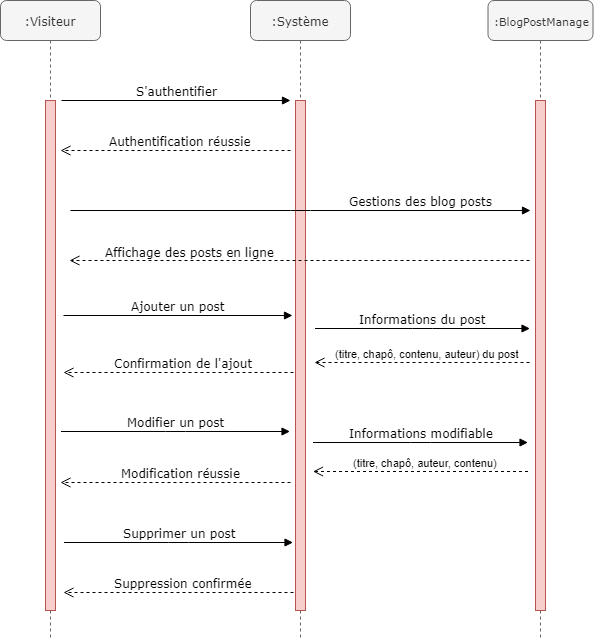
temimi94/Blog keeps this draw.io diagram as Diagrammes/(Séquence) Gestions des blog posts.png. Above is the earlier version. Source tidied: cells renumbered, new cells last; positions are measured from the earlier drawing's top-left corner, leaving out a move shared by most shapes.
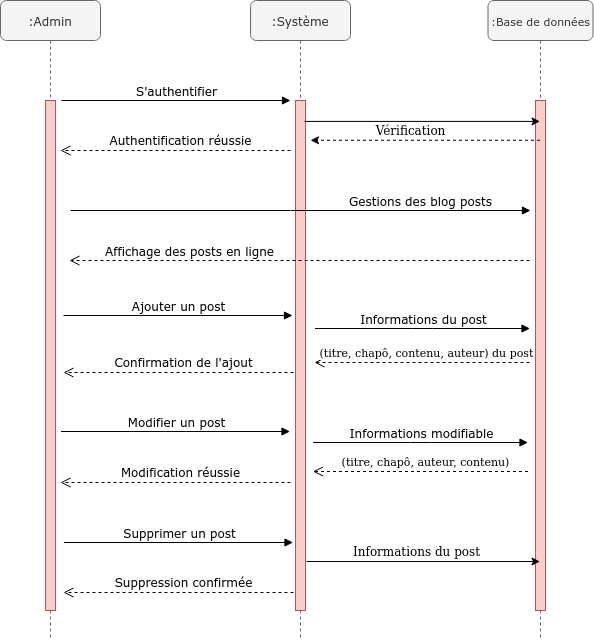
The same diagram one commit later.

What changed in the source:
```diff
@@ -8,13 +8,13 @@
     <mxCell id="3" style="html=1;points=[];perimeter=orthogonalPerimeter;fillColor=#f8cecc;strokeColor=#b85450;" parent="2" vertex="1">
       <mxGeometry x="45" y="100" width="10" height="510" as="geometry" />
     </mxCell>
-    <mxCell id="4" value="&lt;font style=&quot;font-size: 11px&quot;&gt;:BlogPostManage&lt;/font&gt;" style="shape=umlLifeline;perimeter=lifelinePerimeter;whiteSpace=wrap;html=1;outlineConnect=0;rounded=1;shadow=0;comic=0;labelBackgroundColor=none;strokeColor=#666666;strokeWidth=1;fillColor=#f5f5f5;fontFamily=Verdana;fontSize=12;fontColor=#333333;align=center;" parent="1" vertex="1">
+    <mxCell id="4" value="&lt;font style=&quot;font-size: 11px&quot;&gt;:Base de données&lt;br&gt;&lt;/font&gt;" style="shape=umlLifeline;perimeter=lifelinePerimeter;whiteSpace=wrap;html=1;outlineConnect=0;rounded=1;shadow=0;comic=0;labelBackgroundColor=none;strokeColor=#666666;strokeWidth=1;fillColor=#f5f5f5;fontFamily=Verdana;fontSize=12;fontColor=#333333;align=center;" parent="1" vertex="1">
       <mxGeometry x="487.5" width="105" height="640" as="geometry" />
     </mxCell>
     <mxCell id="5" style="html=1;perimeter=orthogonalPerimeter;fillColor=#f8cecc;strokeColor=#b85450;" parent="4" vertex="1">
       <mxGeometry x="47.5" y="100" width="10" height="510" as="geometry" />
     </mxCell>
-    <mxCell id="6" value=":Visiteur" style="shape=umlLifeline;perimeter=lifelinePerimeter;whiteSpace=wrap;html=1;rounded=1;shadow=0;comic=0;labelBackgroundColor=none;strokeColor=#666666;strokeWidth=1;fillColor=#f5f5f5;fontFamily=Verdana;fontSize=12;align=center;fontColor=#333333;" parent="1" vertex="1">
+    <mxCell id="6" value=":Admin" style="shape=umlLifeline;perimeter=lifelinePerimeter;whiteSpace=wrap;html=1;rounded=1;shadow=0;comic=0;labelBackgroundColor=none;strokeColor=#666666;strokeWidth=1;fillColor=#f5f5f5;fontFamily=Verdana;fontSize=12;align=center;fontColor=#333333;" parent="1" vertex="1">
       <mxGeometry width="100" height="640" as="geometry" />
     </mxCell>
     <mxCell id="7" style="html=1;perimeter=orthogonalPerimeter;fillColor=#f8cecc;strokeColor=#b85450;" parent="6" vertex="1">
@@ -104,5 +104,20 @@
         <mxPoint x="312.5" y="471" as="targetPoint" />
       </mxGeometry>
     </mxCell>
+    <mxCell id="22" style="endArrow=classic;html=1;exitX=0.9;exitY=0.041;exitDx=0;exitDy=0;exitPerimeter=0;" parent="1" edge="1" source="3" target="4">
+      <mxGeometry relative="1" as="geometry" />
+    </mxCell>
+    <mxCell id="23" style="endArrow=classic;html=1;entryX=1.5;entryY=0.078;entryDx=0;entryDy=0;entryPerimeter=0;dashed=1;" parent="1" edge="1" source="4" target="3">
+      <mxGeometry relative="1" as="geometry" />
+    </mxCell>
+    <mxCell id="24" value="Vérification" style="text;html=1;align=center;verticalAlign=middle;" parent="1" vertex="1">
+      <mxGeometry x="365" y="120" width="90" height="20" as="geometry" />
+    </mxCell>
+    <mxCell id="25" style="endArrow=classic;html=1;exitX=1.1;exitY=0.904;exitDx=0;exitDy=0;exitPerimeter=0;" parent="1" edge="1" source="3" target="4">
+      <mxGeometry relative="1" as="geometry" />
+    </mxCell>
+    <mxCell id="26" value="Informations du post" style="text;html=1;align=center;verticalAlign=middle;" parent="1" vertex="1">
+      <mxGeometry x="346" y="541" width="140" height="20" as="geometry" />
+    </mxCell>
   </root>
 </mxGraphModel>
```
